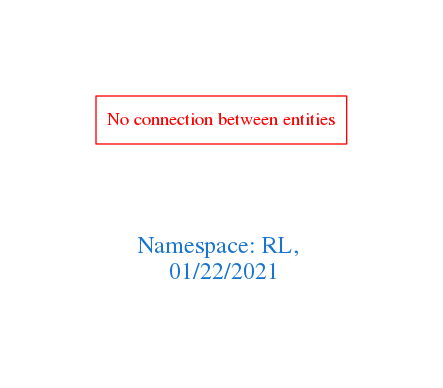
arago/OGIT keeps this Graphviz diagram as downloads/RL.png. Above is the earlier version. Its source is kept beside it as downloads/RL.dot.
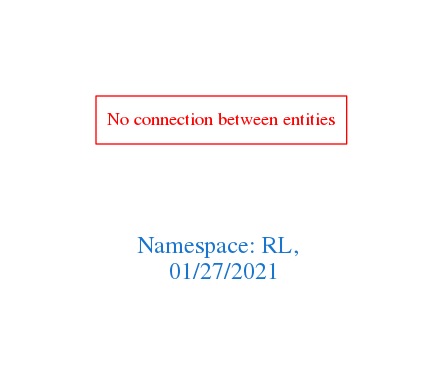
After the change.

The edit, as a diff of the source:
```diff
@@ -1,7 +1,7 @@
 digraph OGIT_ontology {
  graph [ rankdir= LR,pad=1
 fontsize = 18,
-fontcolor= dodgerblue3,label = "\n\n\nNamespace: RL, \n 01/22/2021"];
+fontcolor= dodgerblue3,label = "\n\n\nNamespace: RL, \n 01/27/2021"];
 node[shape=polygon];
 edge [  color="gray81"];
 
```
